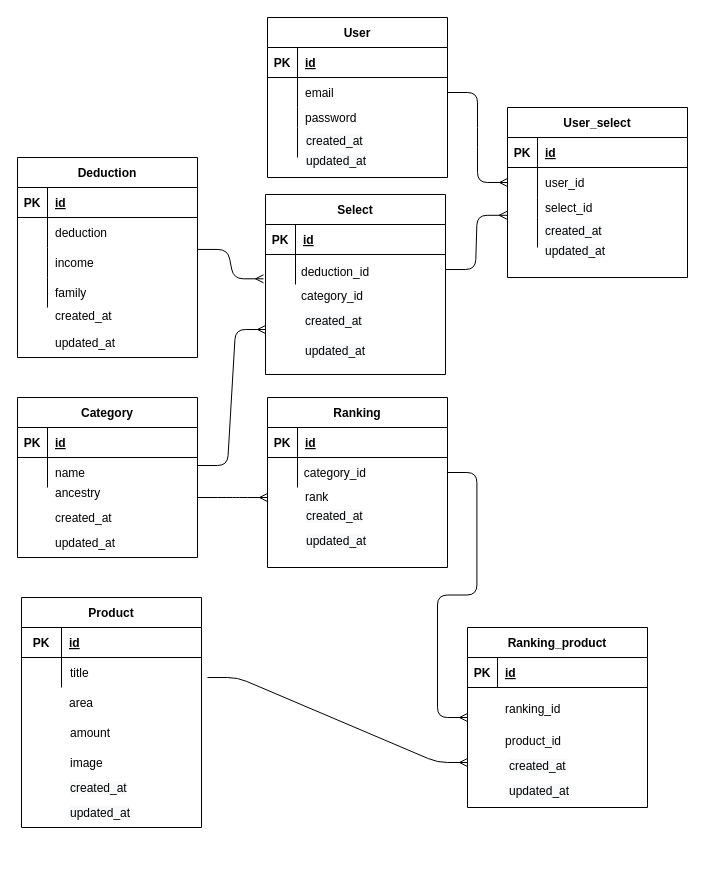
The draw.io diagram page "ページ1" (1 of 2) of Untitled Diagram.drawio in kojikoji00/furusele-app, before the edit. Source tidied: cells renumbered, new cells numbered last; positions are measured from the earlier drawing's top-left corner, leaving out a move shared by most shapes. Both pictures are drawn from the tidied source at 100%, with x=0, y=0 at pixel (17, 17).
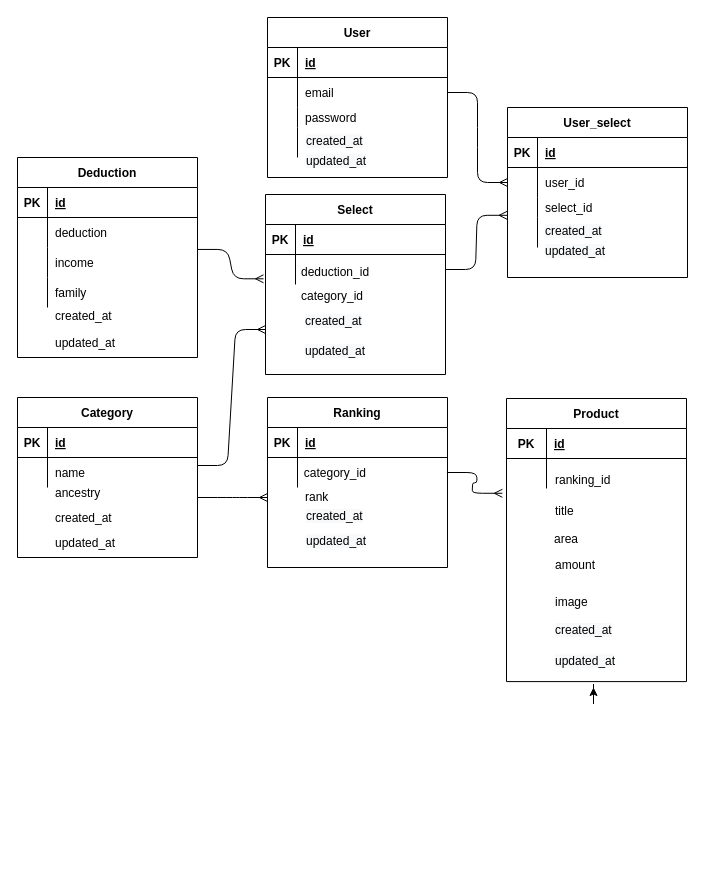
The same diagram, later.

Commit message:
Untitled Diagram.drawio を更新します

Unchanged cells that the change refers to:
```xml
<mxCell id="22" style="shape=partialRectangle;fillColor=none;top=0;left=0;bottom=0;right=0;points=[[0,0.5],[1,0.5]];portConstraint=eastwest;" parent="18" vertex="1">
  <mxGeometry y="60" width="180" height="30" as="geometry" />
</mxCell>
<mxCell id="124" style="shape=partialRectangle;fillColor=none;top=0;left=0;bottom=0;right=0;points=[[0,0.5],[1,0.5]];portConstraint=eastwest;" parent="116" vertex="1">
  <mxGeometry x="10" y="58" width="169.4" height="34" as="geometry" />
</mxCell>
```

Diff of the diagram source:
```diff
@@
-    <mxCell id="15" style="edgeStyle=entityRelationEdgeStyle;fontSize=12;html=1;endArrow=ERmany;entryX=0;entryY=0.75;entryDx=0;entryDy=0;" parent="1" edge="1" target="36">
-      <mxGeometry relative="1" as="geometry">
-        <mxPoint x="190" y="660" as="sourcePoint" />
-      </mxGeometry>
-    </mxCell>
     <mxCell id="16" style="group;" parent="1" vertex="1">
-      <mxGeometry x="5" y="580" width="180" height="260" as="geometry" />
+      <mxGeometry x="490" y="380" width="180" height="320" as="geometry" />
     </mxCell>
     <mxCell id="17" style="group;" parent="16" vertex="1">
-      <mxGeometry x="-1" width="181" height="232" as="geometry" />
+      <mxGeometry x="-1" y="1" width="181" height="285.5" as="geometry" />
     </mxCell>
     <mxCell id="18" value="Product" style="shape=table;startSize=30;childLayout=tableLayout;rowLines=0;fontStyle=1;align=center;" parent="17" vertex="1">
-      <mxGeometry width="180" height="230" as="geometry" />
+      <mxGeometry width="180" height="283.1" as="geometry" />
     </mxCell>
@@
     <mxCell id="25" value="area" style="shape=partialRectangle;fillColor=none;top=0;left=0;bottom=0;right=0;align=left;spacingLeft=6;overflow=hidden;" parent="17" vertex="1">
-      <mxGeometry x="40" y="90" width="140" height="30" as="geometry" />
+      <mxGeometry x="40" y="121.8" width="140" height="36.9" as="geometry" />
     </mxCell>
     <mxCell id="26" value="amount" style="shape=partialRectangle;fillColor=none;top=0;left=0;bottom=0;right=0;align=left;spacingLeft=6;overflow=hidden;" parent="17" vertex="1">
-      <mxGeometry x="41" y="120" width="140" height="30" as="geometry" />
+      <mxGeometry x="41" y="147.7" width="140" height="36.9" as="geometry" />
     </mxCell>
     <mxCell id="27" value="image" style="shape=partialRectangle;fillColor=none;top=0;left=0;bottom=0;right=0;align=left;spacingLeft=6;overflow=hidden;" parent="17" vertex="1">
-      <mxGeometry x="41" y="150" width="140" height="30" as="geometry" />
+      <mxGeometry x="41" y="184.6" width="140" height="36.9" as="geometry" />
     </mxCell>
     <mxCell id="28" value="title" style="shape=partialRectangle;fillColor=none;top=0;left=0;bottom=0;right=0;align=left;spacingLeft=6;overflow=hidden;" parent="17" vertex="1">
-      <mxGeometry x="41" y="60" width="140" height="30" as="geometry" />
+      <mxGeometry x="41" y="93.8" width="140" height="36.9" as="geometry" />
     </mxCell>
     <mxCell id="29" value="&lt;span style=&quot;color: rgb(0, 0, 0); font-family: helvetica; font-size: 12px; font-style: normal; font-weight: 400; letter-spacing: normal; text-align: left; text-indent: 0px; text-transform: none; word-spacing: 0px; background-color: rgb(248, 249, 250); display: inline; float: none;&quot;&gt;created_at&lt;/span&gt;" style="text;whiteSpace=wrap;html=1;" parent="17" vertex="1">
-      <mxGeometry x="47" y="177" width="80" height="30" as="geometry" />
+      <mxGeometry x="47" y="217.8" width="80" height="36.9" as="geometry" />
     </mxCell>
     <mxCell id="30" value="&lt;span style=&quot;color: rgb(0 , 0 , 0) ; font-family: &amp;#34;helvetica&amp;#34; ; font-size: 12px ; font-style: normal ; font-weight: 400 ; letter-spacing: normal ; text-align: left ; text-indent: 0px ; text-transform: none ; word-spacing: 0px ; background-color: rgb(248 , 249 , 250) ; display: inline ; float: none&quot;&gt;updated_at&lt;/span&gt;" style="text;whiteSpace=wrap;html=1;" parent="17" vertex="1">
-      <mxGeometry x="47" y="202" width="80" height="30" as="geometry" />
+      <mxGeometry x="47" y="248.6" width="80" height="36.9" as="geometry" />
     </mxCell>
-    <mxCell id="31" style="group;" parent="1" vertex="1">
-      <mxGeometry x="450" y="620" width="180" height="170" as="geometry" />
-    </mxCell>
-    <mxCell id="32" style="group;" parent="31" vertex="1">
-      <mxGeometry y="-10" width="180" height="180" as="geometry" />
-    </mxCell>
-    <mxCell id="33" style="group;" parent="32" vertex="1">
-      <mxGeometry y="30" width="180" height="109" as="geometry" />
-    </mxCell>
-    <mxCell id="34" value="ranking_id" style="shape=partialRectangle;fillColor=none;top=0;left=0;bottom=0;right=0;align=left;spacingLeft=6;overflow=hidden;" parent="33" vertex="1">
-      <mxGeometry x="30" y="39.6" width="150" height="23.4" as="geometry" />
+    <mxCell id="34" value="ranking_id" style="shape=partialRectangle;fillColor=none;top=0;left=0;bottom=0;right=0;align=left;spacingLeft=6;overflow=hidden;" parent="17" vertex="1">
+      <mxGeometry x="41" y="62.9" width="140" height="36.9" as="geometry" />
     </mxCell>
-    <mxCell id="35" value="product_id" style="shape=partialRectangle;fillColor=none;top=0;left=0;bottom=0;right=0;align=left;spacingLeft=6;overflow=hidden;" parent="33" vertex="1">
-      <mxGeometry x="30" y="70.9" width="150" height="23.4" as="geometry" />
-    </mxCell>
-    <mxCell id="36" value="Ranking_product" style="shape=table;startSize=30;childLayout=tableLayout;rowLines=0;fontStyle=1;align=center;" parent="32" vertex="1">
-      <mxGeometry width="180" height="180" as="geometry" />
-    </mxCell>
-    <mxCell id="37" style="shape=partialRectangle;fillColor=none;top=0;left=0;bottom=1;right=0;" parent="36" vertex="1">
-      <mxGeometry y="30" width="180" height="30" as="geometry" />
-    </mxCell>
-    <mxCell id="38" value="PK" style="shape=partialRectangle;fillColor=none;top=0;left=0;bottom=0;right=0;fontStyle=1;overflow=hidden;" parent="37" vertex="1">
-      <mxGeometry width="30" height="30" as="geometry" />
-    </mxCell>
-    <mxCell id="39" value="id" style="shape=partialRectangle;fillColor=none;top=0;left=0;bottom=0;right=0;align=left;spacingLeft=6;fontStyle=5;overflow=hidden;" parent="37" vertex="1">
-      <mxGeometry x="30" width="150" height="30" as="geometry" />
-    </mxCell>
-    <mxCell id="40" value="&lt;span style=&quot;color: rgb(0, 0, 0); font-family: helvetica; font-size: 12px; font-style: normal; font-weight: 400; letter-spacing: normal; text-align: left; text-indent: 0px; text-transform: none; word-spacing: 0px; background-color: rgb(248, 249, 250); display: inline; float: none;&quot;&gt;created_at&lt;/span&gt;" style="text;whiteSpace=wrap;html=1;" parent="32" vertex="1">
-      <mxGeometry x="40" y="125" width="80" height="30" as="geometry" />
-    </mxCell>
-    <mxCell id="41" value="&lt;span style=&quot;color: rgb(0 , 0 , 0) ; font-family: &amp;#34;helvetica&amp;#34; ; font-size: 12px ; font-style: normal ; font-weight: 400 ; letter-spacing: normal ; text-align: left ; text-indent: 0px ; text-transform: none ; word-spacing: 0px ; background-color: rgb(248 , 249 , 250) ; display: inline ; float: none&quot;&gt;updated_at&lt;/span&gt;" style="text;whiteSpace=wrap;html=1;" parent="32" vertex="1">
-      <mxGeometry x="40" y="150" width="80" height="30" as="geometry" />
-    </mxCell>
-    <mxCell id="42" style="edgeStyle=entityRelationEdgeStyle;fontSize=12;html=1;endArrow=ERmany;entryX=0;entryY=0.5;entryDx=0;entryDy=0;" parent="1" edge="1" source="124" target="36">
+    <mxCell id="42" style="edgeStyle=entityRelationEdgeStyle;fontSize=12;html=1;endArrow=ERmany;entryX=-0.023;entryY=1.159;entryDx=0;entryDy=0;entryPerimeter=0;" parent="1" edge="1" source="124" target="22">
       <mxGeometry relative="1" as="geometry" />
     </mxCell>
@@
+    <mxCell id="132" style="edgeStyle=orthogonalEdgeStyle;rounded=0;jettySize=auto;html=1;" parent="1" edge="1" source="30">
+      <mxGeometry relative="1" as="geometry">
+        <mxPoint x="576" y="670" as="targetPoint" />
+      </mxGeometry>
+    </mxCell>
```
